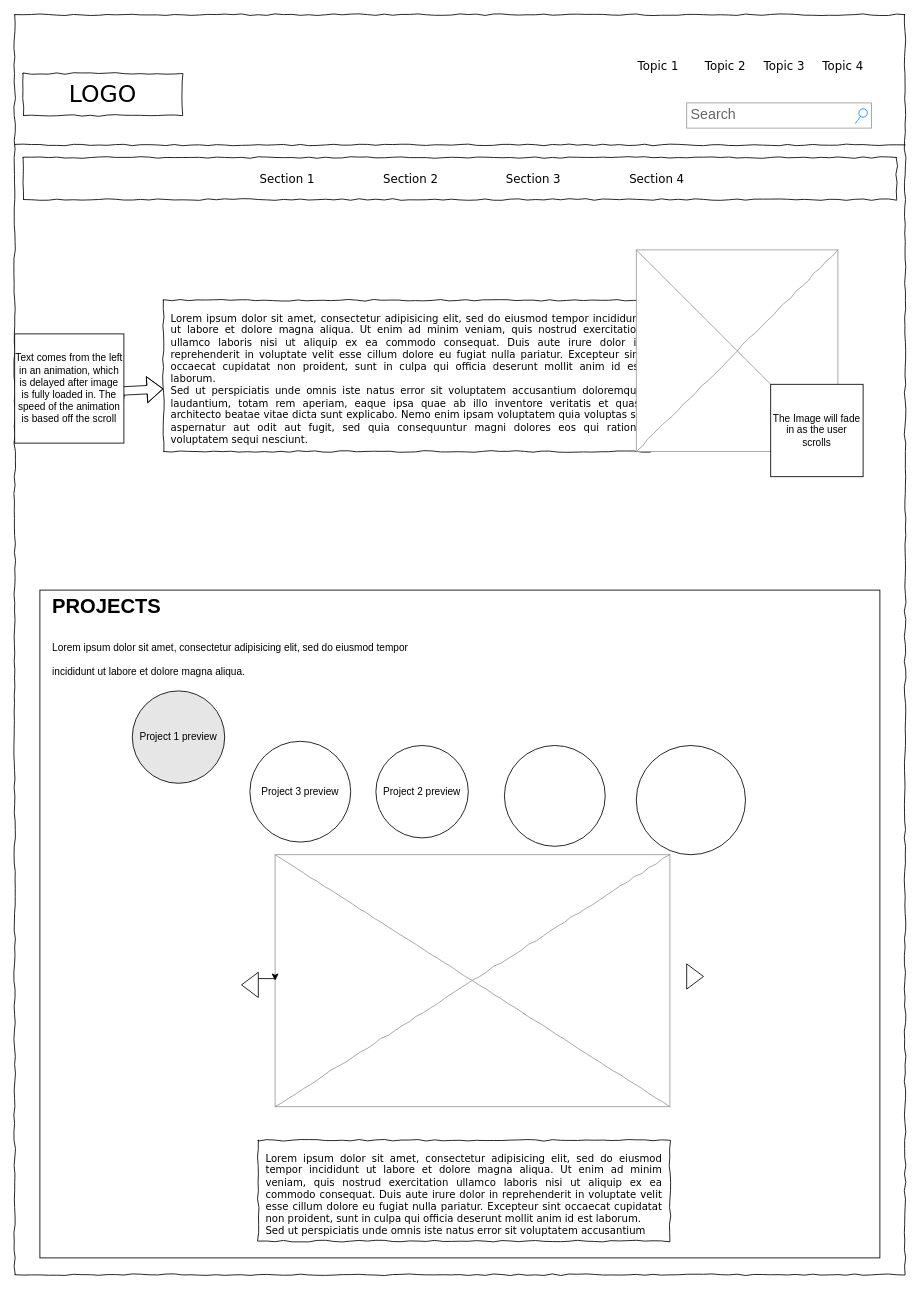
The draw.io diagram Wireframes/Home_wireframe v2.drawio in NathanCollinson123/nathancollinson123.github.io, before the edit. Source tidied: cells renumbered, new cells numbered last; positions are measured from the earlier drawing's top-left corner, leaving out a move shared by most shapes. Both pictures are drawn from the tidied source at 84%, with x=0, y=0 at pixel (14, 14).
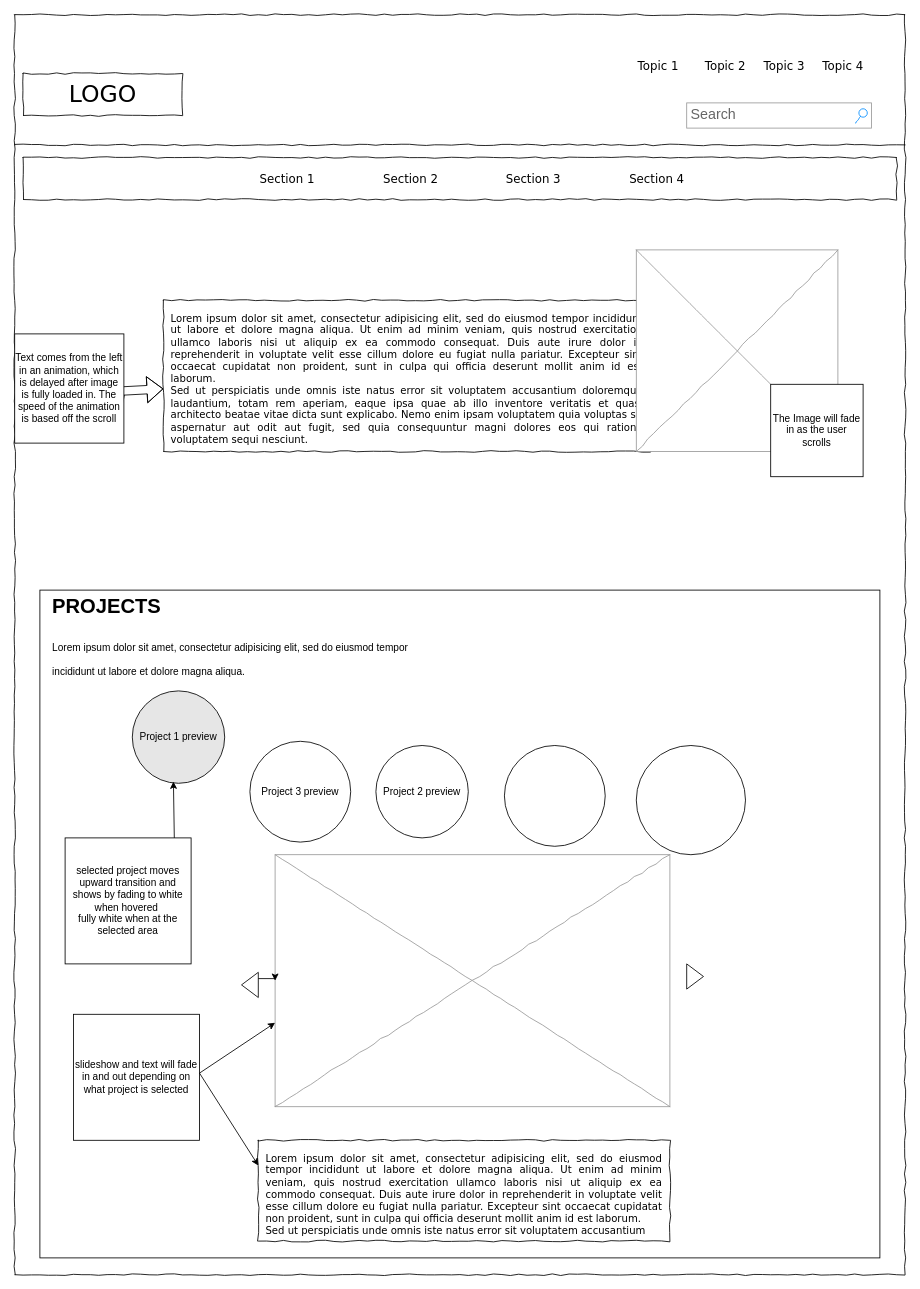
After the change.

The change refers to these unchanged cells:
```xml
<mxCell id="22" value="Project 1 preview" style="ellipse;whiteSpace=wrap;html=1;fillColor=#E6E6E6;" parent="1" vertex="1">
  <mxGeometry x="140" y="805" width="110" height="110" as="geometry" />
</mxCell>
<mxCell id="27" value="&lt;div style=&quot;text-align: justify&quot;&gt;&lt;span&gt;Lorem ipsum dolor sit amet, consectetur adipisicing elit, sed do eiusmod tempor incididunt ut labore et dolore magna aliqua. Ut enim ad minim veniam, quis nostrud exercitation ullamco laboris nisi ut aliquip ex ea commodo consequat. Duis aute irure dolor in reprehenderit in voluptate velit esse cillum dolore eu fugiat nulla pariatur. Excepteur sint occaecat cupidatat non proident, sunt in culpa qui officia deserunt mollit anim id est laborum.&lt;/span&gt;&lt;/div&gt;&lt;div style=&quot;text-align: justify&quot;&gt;&lt;span&gt;Sed ut perspiciatis unde omnis iste natus error sit voluptatem accusantium&amp;nbsp;&amp;nbsp;&lt;/span&gt;&lt;/div&gt;" style="whiteSpace=wrap;html=1;rounded=0;shadow=0;labelBackgroundColor=none;strokeWidth=1;fillColor=none;fontFamily=Verdana;fontSize=12;align=center;verticalAlign=top;spacing=10;comic=1;" parent="1" vertex="1">
  <mxGeometry x="290" y="1340" width="490" height="120" as="geometry" />
</mxCell>
<mxCell id="29" style="verticalLabelPosition=bottom;shadow=0;dashed=0;align=center;html=1;verticalAlign=top;strokeWidth=1;shape=mxgraph.mockup.graphics.simpleIcon;strokeColor=#999999;rounded=0;labelBackgroundColor=none;fontFamily=Verdana;fontSize=14;fontColor=#000000;comic=1;" parent="1" vertex="1">
  <mxGeometry x="310" y="1000" width="470" height="300" as="geometry" />
</mxCell>
```

The edit, as a diff of the source:
```diff
@@
+    <mxCell id="33" value="selected project moves upward transition and shows by fading to white when hovered&amp;nbsp;&lt;br&gt;fully white when at the selected area" style="whiteSpace=wrap;html=1;" parent="1" vertex="1">
+      <mxGeometry x="60" y="980" width="150" height="150" as="geometry" />
+    </mxCell>
+    <mxCell id="34" style="endArrow=classic;html=1;rounded=0;entryX=0.445;entryY=0.982;entryDx=0;entryDy=0;entryPerimeter=0;" parent="1" edge="1" target="22">
+      <mxGeometry relative="1" as="geometry">
+        <mxPoint x="190" y="980" as="sourcePoint" />
+      </mxGeometry>
+    </mxCell>
+    <mxCell id="35" value="slideshow and text will fade in and out depending on what project is selected" style="whiteSpace=wrap;html=1;" parent="1" vertex="1">
+      <mxGeometry x="70" y="1190" width="150" height="150" as="geometry" />
+    </mxCell>
+    <mxCell id="36" style="endArrow=classic;html=1;rounded=0;entryX=0;entryY=0.667;entryDx=0;entryDy=0;entryPerimeter=0;" parent="1" edge="1" target="29">
+      <mxGeometry relative="1" as="geometry">
+        <mxPoint x="220" y="1260" as="sourcePoint" />
+      </mxGeometry>
+    </mxCell>
+    <mxCell id="37" style="endArrow=classic;html=1;rounded=0;entryX=0;entryY=0.25;entryDx=0;entryDy=0;" parent="1" edge="1" target="27">
+      <mxGeometry relative="1" as="geometry">
+        <mxPoint x="220" y="1260" as="sourcePoint" />
+      </mxGeometry>
+    </mxCell>
```
